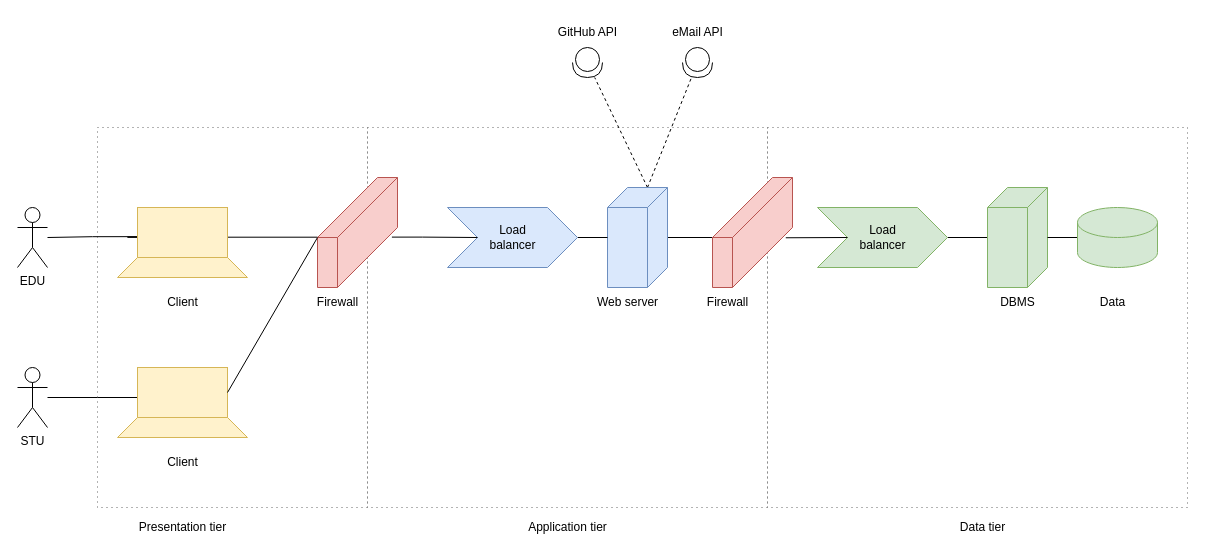
Earlier version of the draw.io diagram page "High level components" (1 of 2) of DD/images/diagrams/chapter2.drawio (pontig/sw-eng-2-PasiniPontiggiaStasi). Source tidied: cells renumbered, new cells numbered last; positions are measured from the earlier drawing's top-left corner, leaving out a move shared by most shapes. Both pictures are drawn from the tidied source at 100%, with x=0, y=0 at pixel (17, 17).
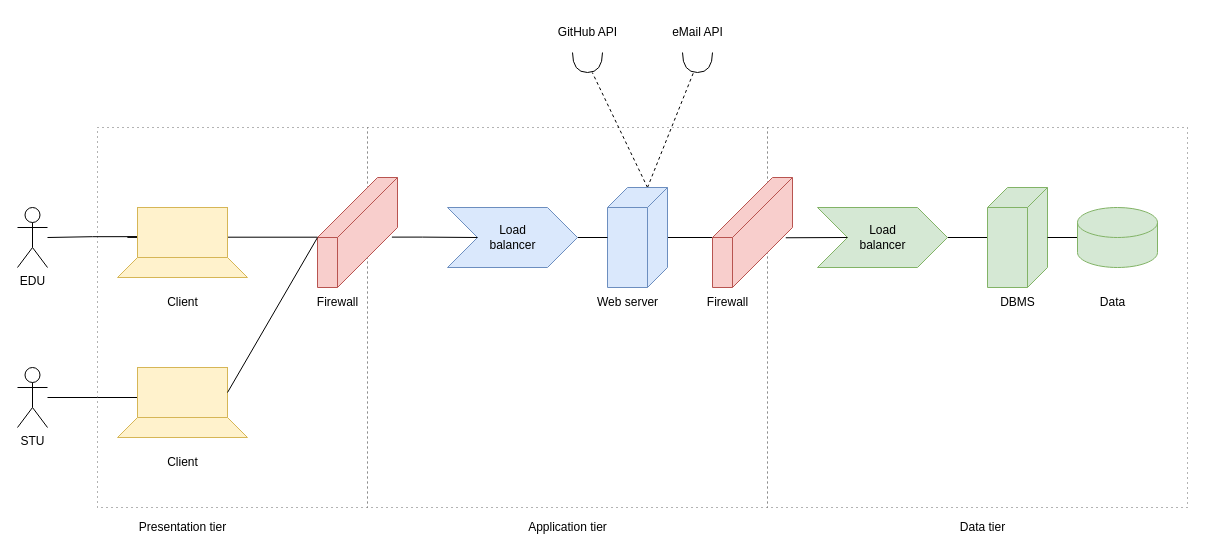
After the change.

Unchanged cells that the change refers to:
```xml
<mxCell id="8" style="verticalAlign=top;align=left;spacingTop=8;spacingLeft=2;spacingRight=12;shape=cube;size=20;direction=south;fontStyle=4;html=1;whiteSpace=wrap;fillColor=#dae8fc;strokeColor=#6c8ebf;" parent="1" vertex="1">
  <mxGeometry x="590" y="170" width="60" height="100" as="geometry" />
</mxCell>
```

Change to the diagram source:
```diff
@@
-    <mxCell id="6" style="rounded=0;jettySize=auto;html=1;dashed=1;endArrow=none;endFill=0;exitX=0;exitY=0;exitDx=0;exitDy=20;exitPerimeter=0;" parent="1" edge="1" source="8" target="40">
+    <mxCell id="6" style="rounded=0;jettySize=auto;html=1;dashed=1;endArrow=none;endFill=0;exitX=0;exitY=0;exitDx=0;exitDy=20;exitPerimeter=0;" parent="1" edge="1" source="8" target="44">
       <mxGeometry relative="1" as="geometry" />
     </mxCell>
-    <mxCell id="7" style="rounded=0;jettySize=auto;html=1;endArrow=none;endFill=0;exitX=0;exitY=0;exitDx=0;exitDy=20;exitPerimeter=0;dashed=1;" parent="1" edge="1" source="8" target="42">
+    <mxCell id="7" style="rounded=0;jettySize=auto;html=1;endArrow=none;endFill=0;exitX=0;exitY=0;exitDx=0;exitDy=20;exitPerimeter=0;dashed=1;" parent="1" edge="1" source="8" target="45">
       <mxGeometry relative="1" as="geometry" />
     </mxCell>
@@
-    <mxCell id="40" style="shape=providedRequiredInterface;html=1;verticalLabelPosition=bottom;sketch=0;rotation=90;" parent="1" vertex="1">
-      <mxGeometry x="555" y="30" width="30" height="30" as="geometry" />
-    </mxCell>
@@
-    <mxCell id="42" style="shape=providedRequiredInterface;html=1;verticalLabelPosition=bottom;sketch=0;rotation=90;" parent="1" vertex="1">
-      <mxGeometry x="665" y="30" width="30" height="30" as="geometry" />
-    </mxCell>
@@
+    <mxCell id="44" style="shape=requiredInterface;html=1;verticalLabelPosition=bottom;sketch=0;rotation=90;" parent="1" vertex="1">
+      <mxGeometry x="560" y="30" width="20" height="30" as="geometry" />
+    </mxCell>
+    <mxCell id="45" style="shape=requiredInterface;html=1;verticalLabelPosition=bottom;sketch=0;rotation=90;" parent="1" vertex="1">
+      <mxGeometry x="670" y="30" width="20" height="30" as="geometry" />
+    </mxCell>
```
